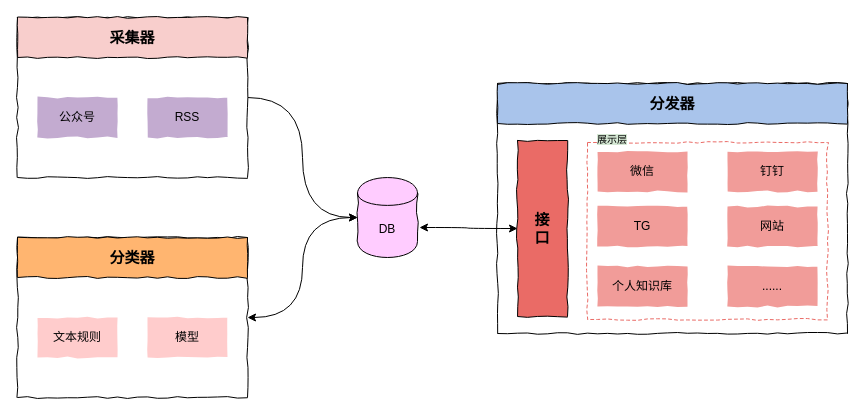
Before: .files/images/2c_process.dio in howie6879/liuli, a draw.io diagram. Source tidied: cells renumbered, new cells numbered last; positions are measured from the earlier drawing's top-left corner, leaving out a move shared by most shapes. Both pictures are drawn from the tidied source at 100%, with x=0, y=0 at pixel (17, 17).
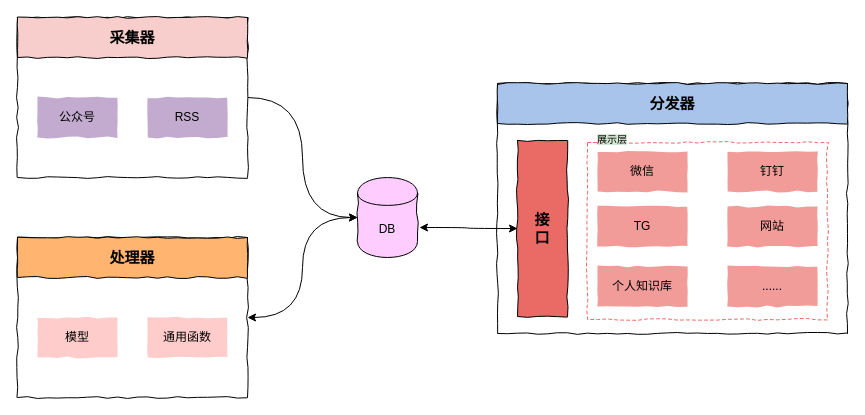
The same page after the edit.

Change to the diagram source:
```diff
@@
-    <mxCell id="8" value="&lt;span style=&quot;font-size: 15px&quot;&gt;&lt;b&gt;分类器&lt;/b&gt;&lt;/span&gt;" style="rounded=0;whiteSpace=wrap;html=1;fillColor=#FFB570;comic=1;" parent="1" vertex="1">
+    <mxCell id="8" value="&lt;span style=&quot;font-size: 15px&quot;&gt;&lt;b&gt;处理器&lt;/b&gt;&lt;/span&gt;" style="rounded=0;whiteSpace=wrap;html=1;fillColor=#FFB570;comic=1;" parent="1" vertex="1">
       <mxGeometry y="220" width="230" height="40" as="geometry" />
     </mxCell>
-    <mxCell id="9" value="&lt;font style=&quot;font-size: 12px&quot;&gt;文本规则&lt;/font&gt;" style="rounded=0;whiteSpace=wrap;html=1;strokeColor=none;fillColor=#FFCCCC;comic=1;gradientColor=none;" parent="1" vertex="1">
+    <mxCell id="9" value="&lt;font style=&quot;font-size: 12px&quot;&gt;模型&lt;/font&gt;" style="rounded=0;whiteSpace=wrap;html=1;strokeColor=none;fillColor=#FFCCCC;comic=1;gradientColor=none;" parent="1" vertex="1">
       <mxGeometry x="20" y="300" width="80" height="40" as="geometry" />
     </mxCell>
-    <mxCell id="10" value="&lt;font style=&quot;font-size: 12px&quot;&gt;模型&lt;/font&gt;" style="rounded=0;whiteSpace=wrap;html=1;strokeColor=none;fillColor=#FFCCCC;comic=1;gradientColor=none;" parent="1" vertex="1">
+    <mxCell id="10" value="&lt;font style=&quot;font-size: 12px&quot;&gt;通用函数&lt;/font&gt;" style="rounded=0;whiteSpace=wrap;html=1;strokeColor=none;fillColor=#FFCCCC;comic=1;gradientColor=none;" parent="1" vertex="1">
       <mxGeometry x="130" y="300" width="80" height="40" as="geometry" />
     </mxCell>
```
